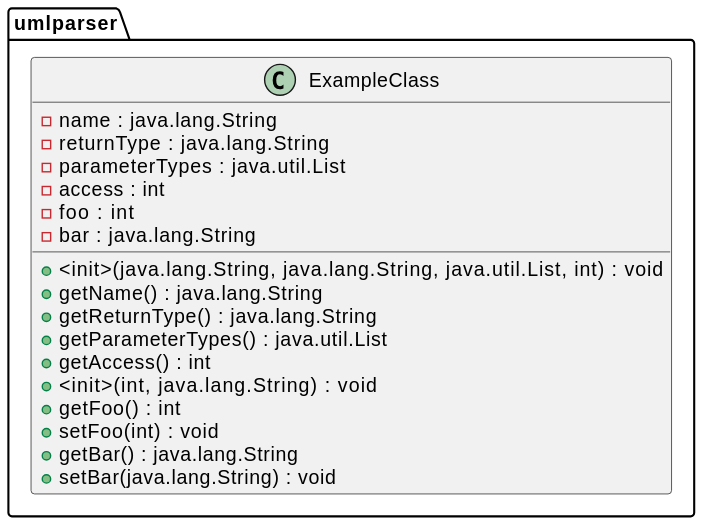
Above: diagram.svg in NateDKing/CSSE374-Grp5 (PlantUML), before the change.
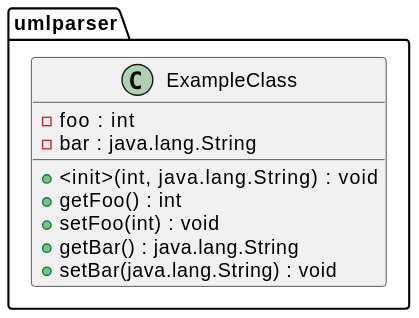
The same diagram one commit later.

Diff of the diagram source:
```diff
@@ -1,16 +1,7 @@
 @startuml
 class umlparser.ExampleClass {
-  - name : java.lang.String
-  - returnType : java.lang.String
-  - parameterTypes : java.util.List
-  - access : int
   - foo : int
   - bar : java.lang.String
-  + <init>(java.lang.String, java.lang.String, java.util.List, int) : void
-  + getName() : java.lang.String
-  + getReturnType() : java.lang.String
-  + getParameterTypes() : java.util.List
-  + getAccess() : int
   + <init>(int, java.lang.String) : void
   + getFoo() : int
   + setFoo(int) : void
```
